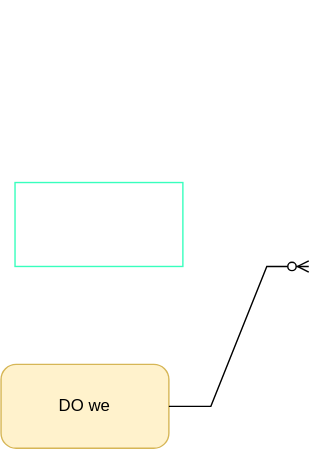
Before: img_in_paper/textunet.drawio.svg, a diagram exported from draw.io (YMlinfeng/undergraduate_thesis). Source tidied: cells renumbered, new cells last; positions are measured from the earlier drawing's top-left corner, leaving out a move shared by most shapes. Source of this version:
```xml
<mxGraphModel>
  <root>
    <mxCell id="0" />
    <mxCell id="1" parent="0" />
    <mxCell id="2" style="group;" parent="1" vertex="1">
      <mxGeometry width="220" height="320" as="geometry" />
    </mxCell>
    <mxCell id="3" style="rounded=0;whiteSpace=wrap;html=1;strokeColor=#38FFBD;" parent="2" vertex="1">
      <mxGeometry x="10" y="130" width="120" height="60" as="geometry" />
    </mxCell>
    <mxCell id="4" value="DO we" style="rounded=1;whiteSpace=wrap;html=1;arcSize=18;fillStyle=auto;fillColor=#fff2cc;strokeColor=#d6b656;" parent="2" vertex="1">
      <mxGeometry y="260" width="120" height="60" as="geometry" />
    </mxCell>
    <mxCell id="5" style="edgeStyle=entityRelationEdgeStyle;fontSize=12;html=1;endArrow=ERzeroToMany;endFill=1;rounded=0;" parent="2" edge="1">
      <mxGeometry relative="1" as="geometry">
        <mxPoint x="120" y="290" as="sourcePoint" />
        <mxPoint x="220" y="190" as="targetPoint" />
        <Array as="points">
          <mxPoint x="90" />
        </Array>
      </mxGeometry>
    </mxCell>
  </root>
</mxGraphModel>
```
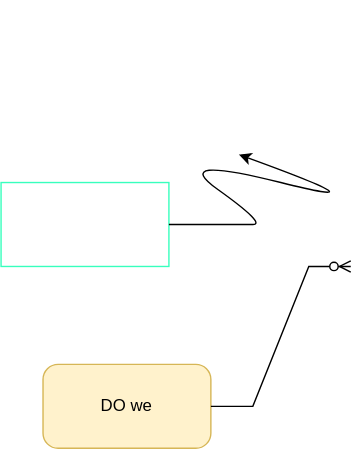
After the change.

Diff of the diagram source:
```diff
@@ -6,7 +6,7 @@
       <mxGeometry width="220" height="320" as="geometry" />
     </mxCell>
     <mxCell id="3" style="rounded=0;whiteSpace=wrap;html=1;strokeColor=#38FFBD;" parent="2" vertex="1">
-      <mxGeometry x="10" y="130" width="120" height="60" as="geometry" />
+      <mxGeometry x="-30" y="130" width="120" height="60" as="geometry" />
     </mxCell>
     <mxCell id="4" value="DO we" style="rounded=1;whiteSpace=wrap;html=1;arcSize=18;fillStyle=auto;fillColor=#fff2cc;strokeColor=#d6b656;" parent="2" vertex="1">
       <mxGeometry y="260" width="120" height="60" as="geometry" />
@@ -20,5 +20,17 @@
         </Array>
       </mxGeometry>
     </mxCell>
+    <mxCell id="6" style="curved=1;endArrow=classic;html=1;rounded=0;" parent="2" edge="1">
+      <mxGeometry relative="1" as="geometry">
+        <mxPoint x="90" y="160" as="sourcePoint" />
+        <mxPoint x="140" y="110" as="targetPoint" />
+        <Array as="points">
+          <mxPoint x="140" y="160" />
+          <mxPoint x="160" y="160" />
+          <mxPoint x="90" y="110" />
+          <mxPoint x="250" y="150" />
+        </Array>
+      </mxGeometry>
+    </mxCell>
   </root>
 </mxGraphModel>
```
